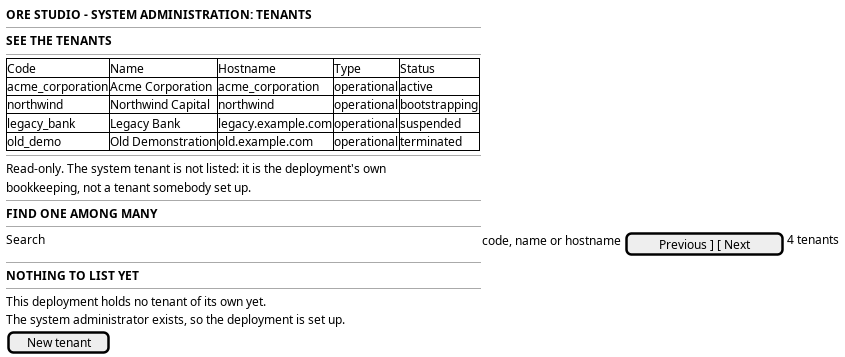
This is doc/knowledge/journeys/tenancy/wireframe_see_the_tenants.png from OreStudio/OreStudio, a PlantUML export, as it was before one commit. Its source is kept beside it as doc/knowledge/journeys/tenancy/wireframe_see_the_tenants.puml.
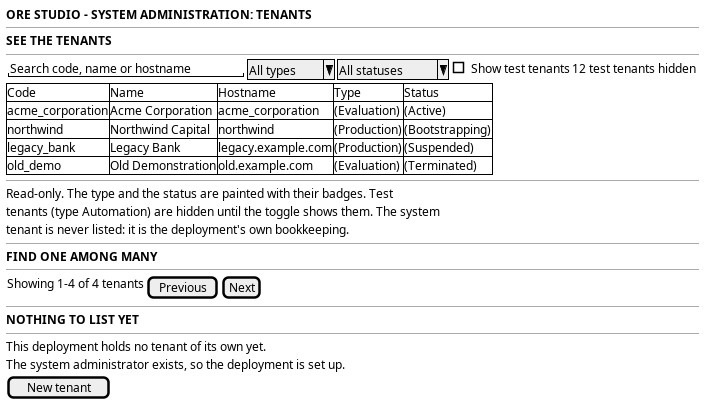
After the commit.

Commit message:
[doc] Record the roster filters in the See the tenants journey

The edit, as a diff of the source:
```diff
@@ -6,20 +6,26 @@
   --
   <b>SEE THE TENANTS</b>
   --
+  {
+    "Search code, name or hostname" | ^All types^ | ^All statuses^ | [ ] Show test tenants | 12 test tenants hidden
+  }
   {#
     Code | Name | Hostname | Type | Status
-    acme_corporation | Acme Corporation | acme_corporation | operational | active
-    northwind | Northwind Capital | northwind | operational | bootstrapping
-    legacy_bank | Legacy Bank | legacy.example.com | operational | suspended
-    old_demo | Old Demonstration | old.example.com | operational | terminated
+    acme_corporation | Acme Corporation | acme_corporation | (Evaluation) | (Active)
+    northwind | Northwind Capital | northwind | (Production) | (Bootstrapping)
+    legacy_bank | Legacy Bank | legacy.example.com | (Production) | (Suspended)
+    old_demo | Old Demonstration | old.example.com | (Evaluation) | (Terminated)
   }
   --
-  Read-only. The system tenant is not listed: it is the deployment's own
-  bookkeeping, not a tenant somebody set up.
+  Read-only. The type and the status are painted with their badges. Test
+  tenants (type Automation) are hidden until the toggle shows them. The system
+  tenant is never listed: it is the deployment's own bookkeeping.
   --
   <b>FIND ONE AMONG MANY</b>
   --
-  Search {code, name or hostname} | [ Previous ] [ Next ] | 4 tenants
+  {
+    Showing 1-4 of 4 tenants | [Previous] | [Next]
+  }
   --
   <b>NOTHING TO LIST YET</b>
   --
```
